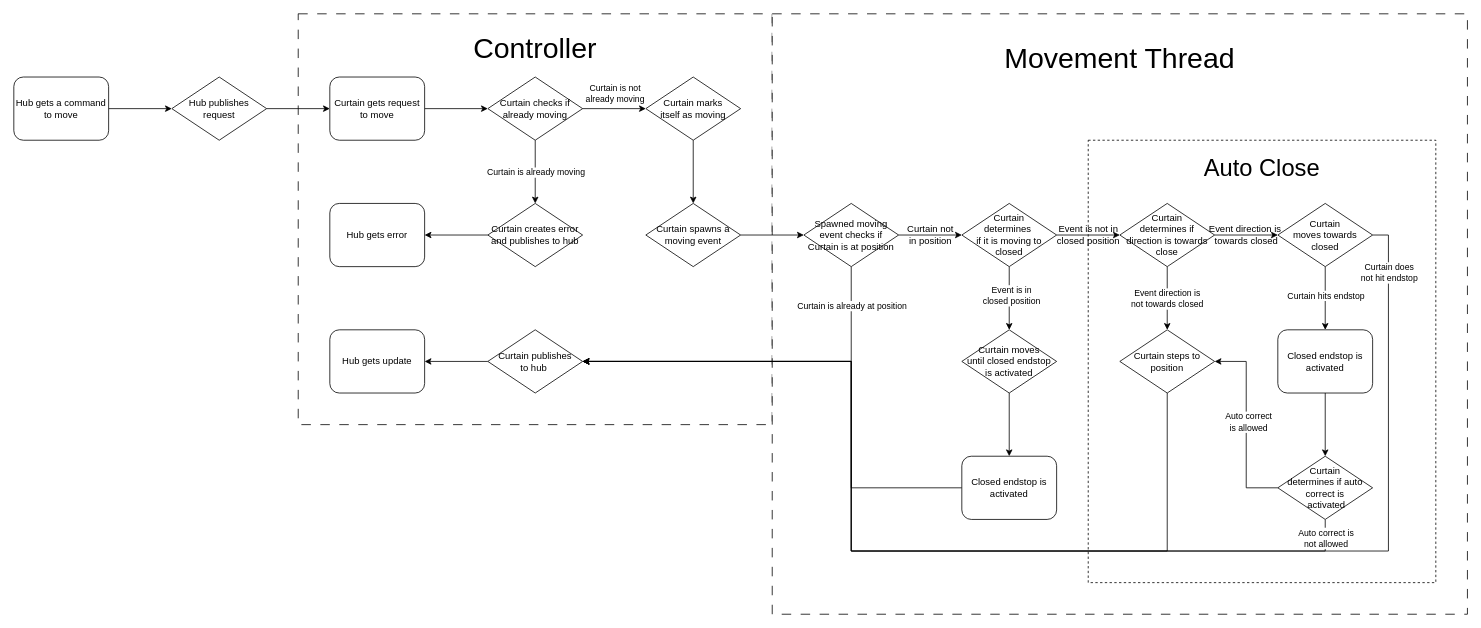
Before: Documentation/DrawIO/Software/CurtainMovementStateDiagram.drawio in MPZinke/SmartCurtain, a draw.io diagram. Source tidied: cells renumbered, new cells numbered last; positions are measured from the earlier drawing's top-left corner, leaving out a move shared by most shapes. Both pictures are drawn from the tidied source at 79%, with x=0, y=0 at pixel (13, 13).
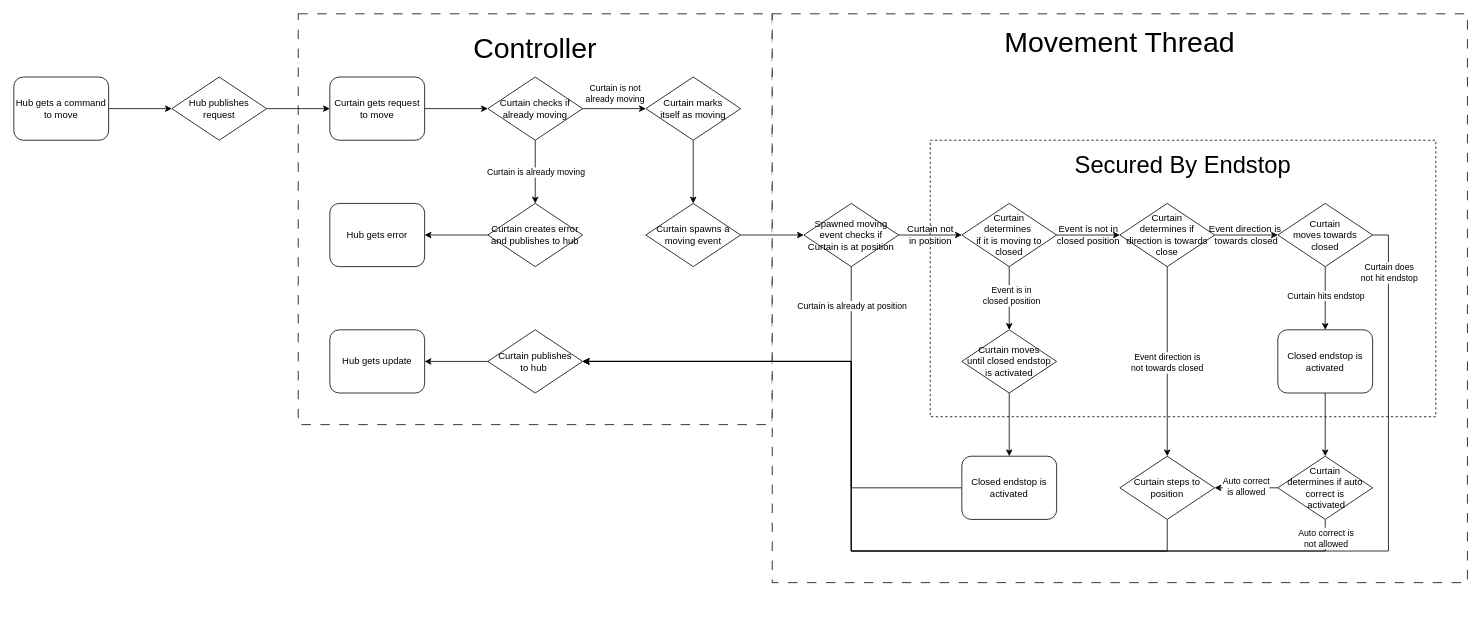
The same diagram, later.

Commit message (it also covers changes not shown here):
Fixes logic error in diagram

Diff of the diagram source:
```diff
@@
     <mxCell id="3" value="&lt;font style=&quot;font-size: 36px;&quot;&gt;Movement Thread&lt;br&gt;&lt;br&gt;&lt;br&gt;&lt;br&gt;&lt;br&gt;&lt;br&gt;&lt;br&gt;&lt;br&gt;&lt;br&gt;&lt;br&gt;&lt;br&gt;&lt;br&gt;&lt;br&gt;&lt;br&gt;&lt;br&gt;&lt;br&gt;&lt;/font&gt;" style="rounded=0;whiteSpace=wrap;html=1;dashed=1;dashPattern=12 12;" parent="1" vertex="1">
-      <mxGeometry x="960" width="880" height="760" as="geometry" />
+      <mxGeometry x="960" width="880" height="720" as="geometry" />
     </mxCell>
-    <mxCell id="4" value="&lt;font style=&quot;font-size: 30px;&quot;&gt;Auto Close&lt;br&gt;&lt;/font&gt;&lt;br&gt;&lt;br&gt;&lt;br&gt;&lt;br&gt;&lt;br&gt;&lt;br&gt;&lt;br&gt;&lt;br&gt;&lt;br&gt;&lt;br&gt;&lt;br&gt;&lt;br&gt;&lt;br&gt;&lt;br&gt;&lt;br&gt;&lt;br&gt;&lt;br&gt;&lt;br&gt;&lt;br&gt;&lt;br&gt;&lt;br&gt;&lt;br&gt;&lt;br&gt;&lt;br&gt;&lt;br&gt;&lt;br&gt;&lt;br&gt;&lt;br&gt;&lt;br&gt;&lt;br&gt;&lt;br&gt;&lt;br&gt;&lt;br&gt;&lt;br&gt;" style="rounded=0;whiteSpace=wrap;html=1;dashed=1;labelPosition=center;verticalLabelPosition=middle;align=center;verticalAlign=middle;" parent="1" vertex="1">
-      <mxGeometry x="1360" y="160" width="440" height="560" as="geometry" />
+    <mxCell id="4" value="&lt;font style=&quot;font-size: 30px;&quot;&gt;Secured By Endstop&lt;br&gt;&lt;/font&gt;&lt;br&gt;&lt;br&gt;&lt;br&gt;&lt;br&gt;&lt;br&gt;&lt;br&gt;&lt;br&gt;&lt;br&gt;&lt;br&gt;&lt;br&gt;&lt;br&gt;&lt;br&gt;&lt;br&gt;&lt;br&gt;&lt;br&gt;&lt;br&gt;&lt;br&gt;&lt;br&gt;&lt;br&gt;&lt;br&gt;" style="rounded=0;whiteSpace=wrap;html=1;dashed=1;labelPosition=center;verticalLabelPosition=middle;align=center;verticalAlign=middle;" parent="1" vertex="1">
+      <mxGeometry x="1160" y="160" width="640" height="350" as="geometry" />
     </mxCell>
@@
     <mxCell id="51" value="Curtain steps to position" style="rhombus;whiteSpace=wrap;html=1;" parent="1" vertex="1">
-      <mxGeometry x="1400" y="400" width="120" height="80" as="geometry" />
+      <mxGeometry x="1400" y="560" width="120" height="80" as="geometry" />
     </mxCell>
```
